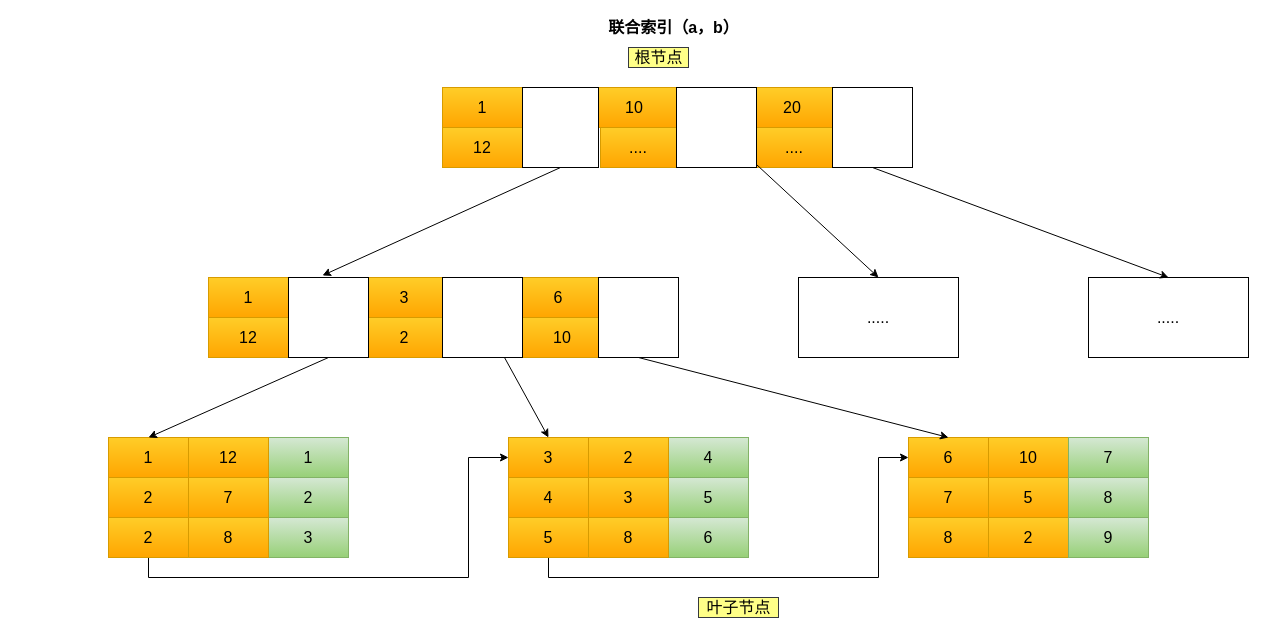
The draw.io diagram mysql/索引/联合索引案例.drawio in xiaolincoder/ImageHost4, before the edit. Source tidied: cells renumbered, new cells numbered last; positions are measured from the earlier drawing's top-left corner, leaving out a move shared by most shapes. Both pictures are drawn from the tidied source at 100%, with x=0, y=0 at pixel (108, 17).
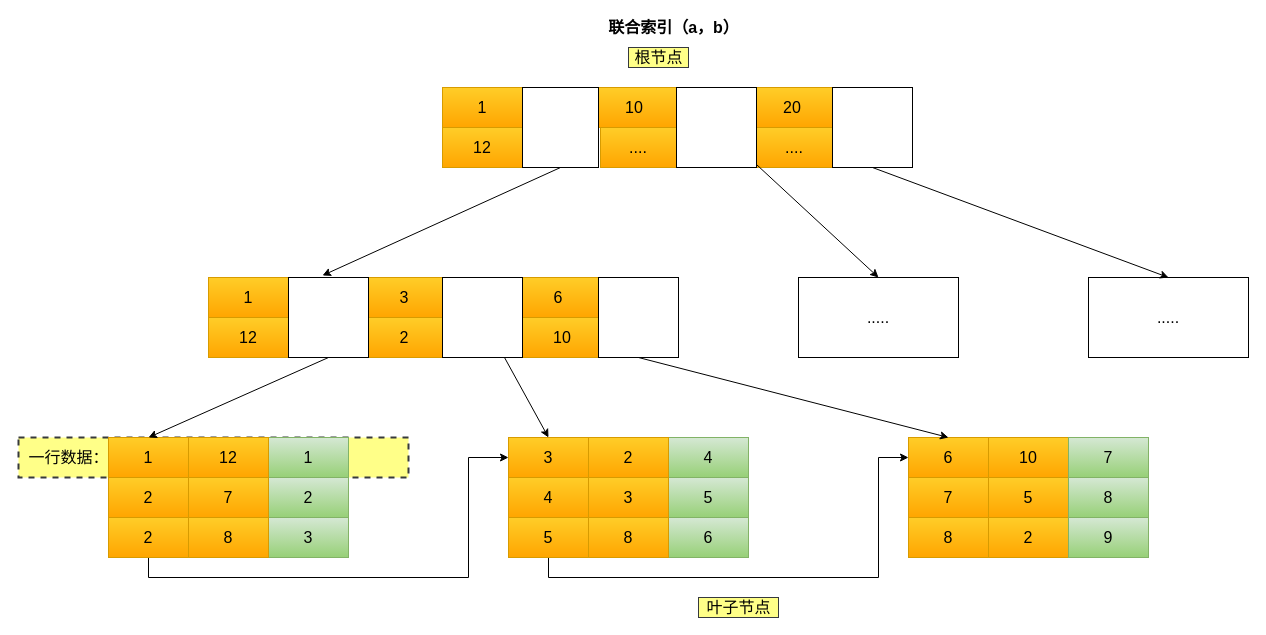
The same page after the edit.

Commit message (it also covers changes not shown here):
Update 联合索引案例.drawio

Diff of the diagram source:
```diff
@@
+    <mxCell id="60" style="rounded=0;whiteSpace=wrap;html=1;fontSize=16;strokeWidth=2;dashed=1;fillColor=#ffff88;strokeColor=#36393d;" parent="1" vertex="1">
+      <mxGeometry x="-90" y="420" width="390" height="40" as="geometry" />
+    </mxCell>
@@
+    <mxCell id="61" value="一行数据：" style="text;html=1;align=center;verticalAlign=middle;strokeColor=none;fillColor=none;fontSize=16;" parent="1" vertex="1">
+      <mxGeometry x="-90" y="430" width="100" height="20" as="geometry" />
+    </mxCell>
```
